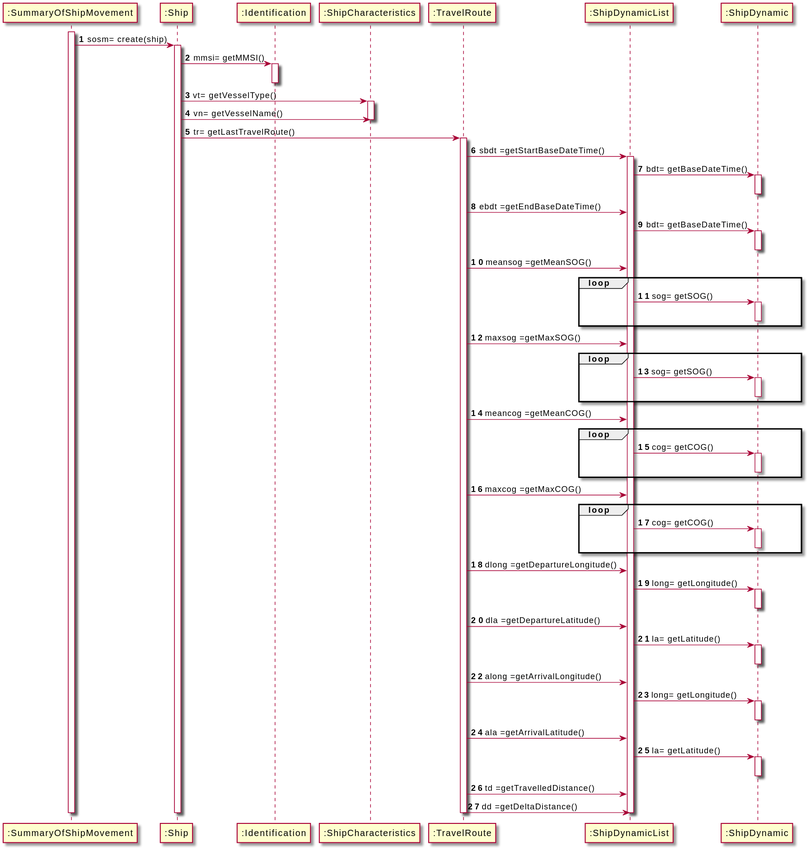
The PlantUML diagram docs/US104/US104_SD.svg in RuiRioPina/CargoMaster, before a commit. Source of this version:
```plantuml
@startuml
autonumber
participant ":SummaryOfShipMovement" as SOSM
participant ":Ship" as S
participant ":Identification" as ID
participant ":ShipCharacteristics" as SC
participant ":TravelRoute" as TR
participant ":ShipDynamicList" as SDL
participant ":ShipDynamic" as SD
activate SOSM
SOSM -> S : sosm= create(ship)
activate S
S -> ID : mmsi= getMMSI()
activate ID
deactivate ID
S -> SC : vt= getVesselType()
activate SC
S -> SC : vn= getVesselName()
deactivate SC
S -> TR : tr= getLastTravelRoute()
activate TR
TR -> SDL :sbdt =getStartBaseDateTime()
activate SDL
SDL -> SD : bdt= getBaseDateTime()
activate SD
deactivate SD
TR -> SDL :ebdt =getEndBaseDateTime()
SDL -> SD : bdt= getBaseDateTime()
activate SD
deactivate SD
TR -> SDL :meansog =getMeanSOG()
loop
SDL -> SD : sog= getSOG()
activate SD
deactivate SD
end
TR -> SDL :maxsog =getMaxSOG()
loop
SDL -> SD : sog= getSOG()
activate SD
deactivate SD
end
TR -> SDL :meancog =getMeanCOG()
loop
SDL -> SD : cog= getCOG()
activate SD
deactivate SD
end
TR -> SDL :maxcog =getMaxCOG()
loop
SDL -> SD : cog= getCOG()
activate SD
deactivate SD
end
TR -> SDL :dlong =getDepartureLongitude()
SDL -> SD : long= getLongitude()
activate SD
deactivate SD
TR -> SDL :dla =getDepartureLatitude()
SDL -> SD : la= getLatitude()
activate SD
deactivate SD
TR -> SDL :along =getArrivalLongitude()
SDL -> SD : long= getLongitude()
activate SD
deactivate SD
TR -> SDL :ala =getArrivalLatitude()
SDL -> SD : la= getLatitude()
activate SD
deactivate SD
TR -> SDL :td =getTravelledDistance()
TR -> SDL :dd =getDeltaDistance()
deactivate SDL
deactivate TR
deactivate S
deactivate SOSM
@enduml
```
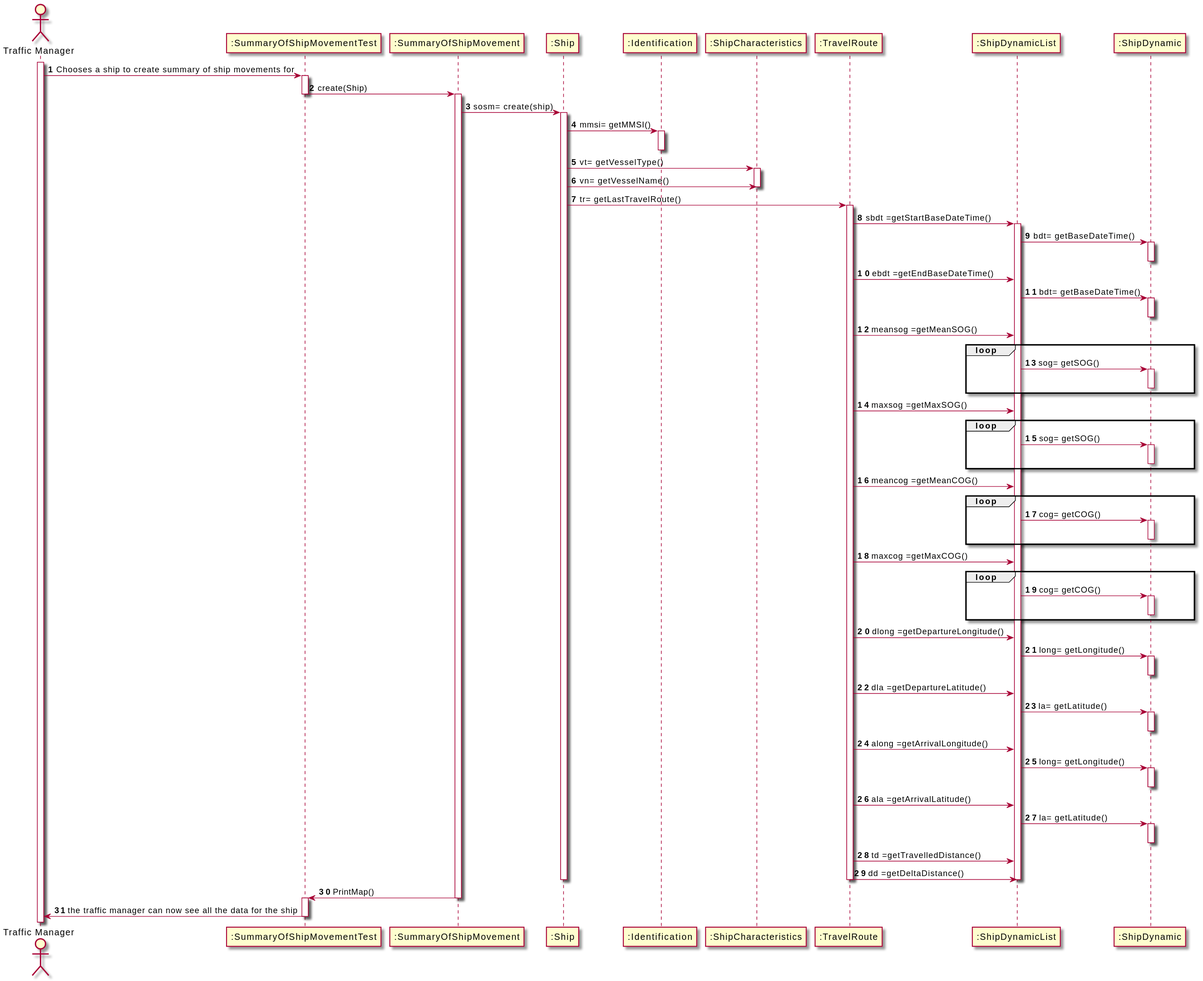
Above is the later version.

Diff of the diagram source:
```diff
@@ -1,5 +1,7 @@
 @startuml
 autonumber
+actor "Traffic Manager" as TM
+participant ":SummaryOfShipMovementTest" as SOSMT
 participant ":SummaryOfShipMovement" as SOSM
 participant ":Ship" as S
 participant ":Identification" as ID
@@ -7,6 +9,11 @@
 participant ":TravelRoute" as TR
 participant ":ShipDynamicList" as SDL
 participant ":ShipDynamic" as SD
+activate TM
+TM -> SOSMT: Chooses a ship to create summary of ship movements for
+activate SOSMT
+SOSMT -> SOSM :create(Ship)
+deactivate SOSMT
 activate SOSM
 SOSM -> S : sosm= create(ship)
 activate S
@@ -73,5 +80,9 @@
 deactivate SDL
 deactivate TR
 deactivate S
+SOSM -> SOSMT :PrintMap()
 deactivate SOSM
+activate SOSMT
+SOSMT -> TM : the traffic manager can now see all the data for the ship
+deactivate SOSMT
 @enduml
```
